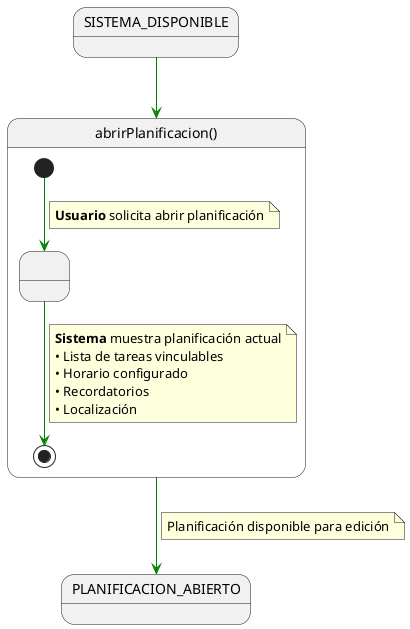
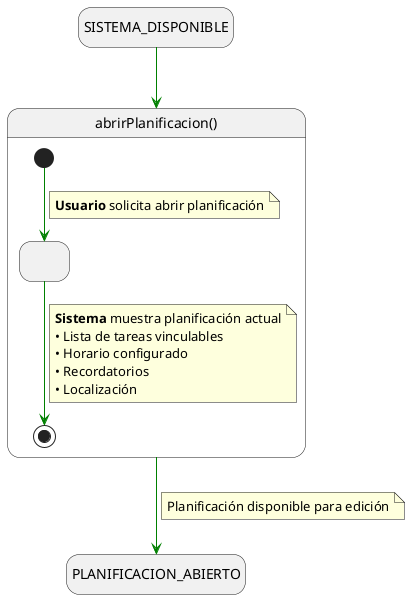
@startuml abrirPlanificacion

+ hide empty description
skinparam linetype polyline

state in1 as "SISTEMA_DISPONIBLE"
in1 -[#green]-> abrirPlanificacion

state abrirPlanificacion as "abrirPlanificacion()" {

-     state " " as MostrandoPlanificacion
+     state MostrandoPlanificacion as " "

    [*] -[#green]-> MostrandoPlanificacion
    note on link
-     <b>Usuario</b> solicita abrir planificación
+         <b>Usuario</b> solicita abrir planificación
    end note

    MostrandoPlanificacion -[#green]-> [*]
    note on link
-     <b>Sistema</b> muestra planificación actual
-     • Lista de tareas vinculables
-     • Horario configurado
-     • Recordatorios
-     • Localización
+         <b>Sistema</b> muestra planificación actual
+         • Lista de tareas vinculables
+         • Horario configurado
+         • Recordatorios
+         • Localización
    end note
}

abrirPlanificacion -[#green]-> PLANIFICACION_ABIERTO
note on link
- Planificación disponible para edición
+     Planificación disponible para edición
end note

- @enduml+ @enduml
